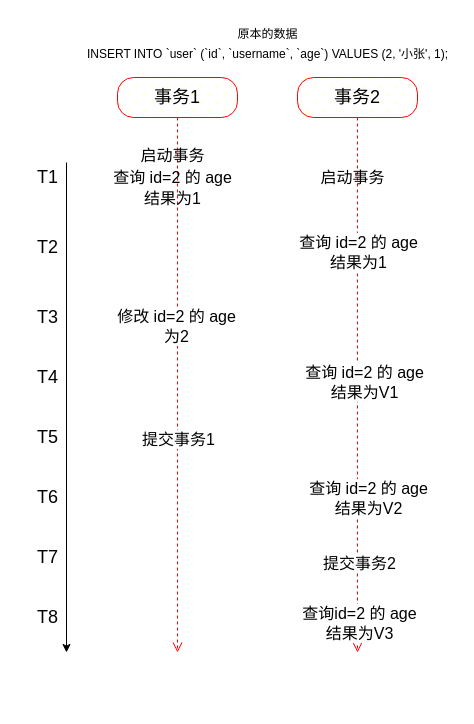
Before: page "mysql-acid-durability" (1 of 10) of mysql/mysql.drawio in boilingfrog/Go-POINT, a draw.io diagram. Source tidied: cells renumbered, new cells numbered last; positions are measured from the earlier drawing's top-left corner, leaving out a move shared by most shapes. Both pictures are drawn from the tidied source at 100%, with x=0, y=0 at pixel (27, 17).
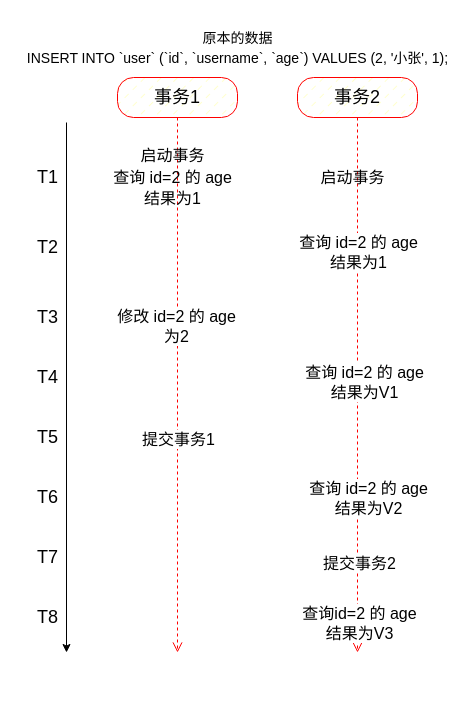
The same page after the edit.

Commit message (it also covers changes not shown here):
feat:MySQL 中的事务理解

Change to the diagram source:
```diff
@@
     <mxCell id="2" style="endArrow=classic;html=1;fontSize=18;" parent="1" edge="1">
       <mxGeometry relative="1" as="geometry">
-        <mxPoint x="39" y="145" as="sourcePoint" />
+        <mxPoint x="39" y="105" as="sourcePoint" />
         <mxPoint x="39" y="635" as="targetPoint" />
       </mxGeometry>
     </mxCell>
@@
-    <mxCell id="25" value="&lt;font style=&quot;font-size: 12px&quot;&gt;原本的数据&lt;br&gt;INSERT INTO `user` (`id`, `username`, `age`) VALUES (2, '小张', 1);&lt;/font&gt;" style="text;html=1;align=center;verticalAlign=middle;strokeColor=none;fillColor=none;fontSize=16;" parent="1" vertex="1">
-      <mxGeometry x="50" width="380" height="50" as="geometry" />
+    <mxCell id="25" value="&lt;font style=&quot;font-size: 14px&quot;&gt;原本的数据&lt;br&gt;INSERT INTO `user` (`id`, `username`, `age`) VALUES (2, '小张', 1);&lt;/font&gt;" style="text;html=1;align=center;verticalAlign=middle;strokeColor=none;fillColor=none;fontSize=16;" parent="1" vertex="1">
+      <mxGeometry x="-10" y="10" width="440" height="40" as="geometry" />
     </mxCell>
```
